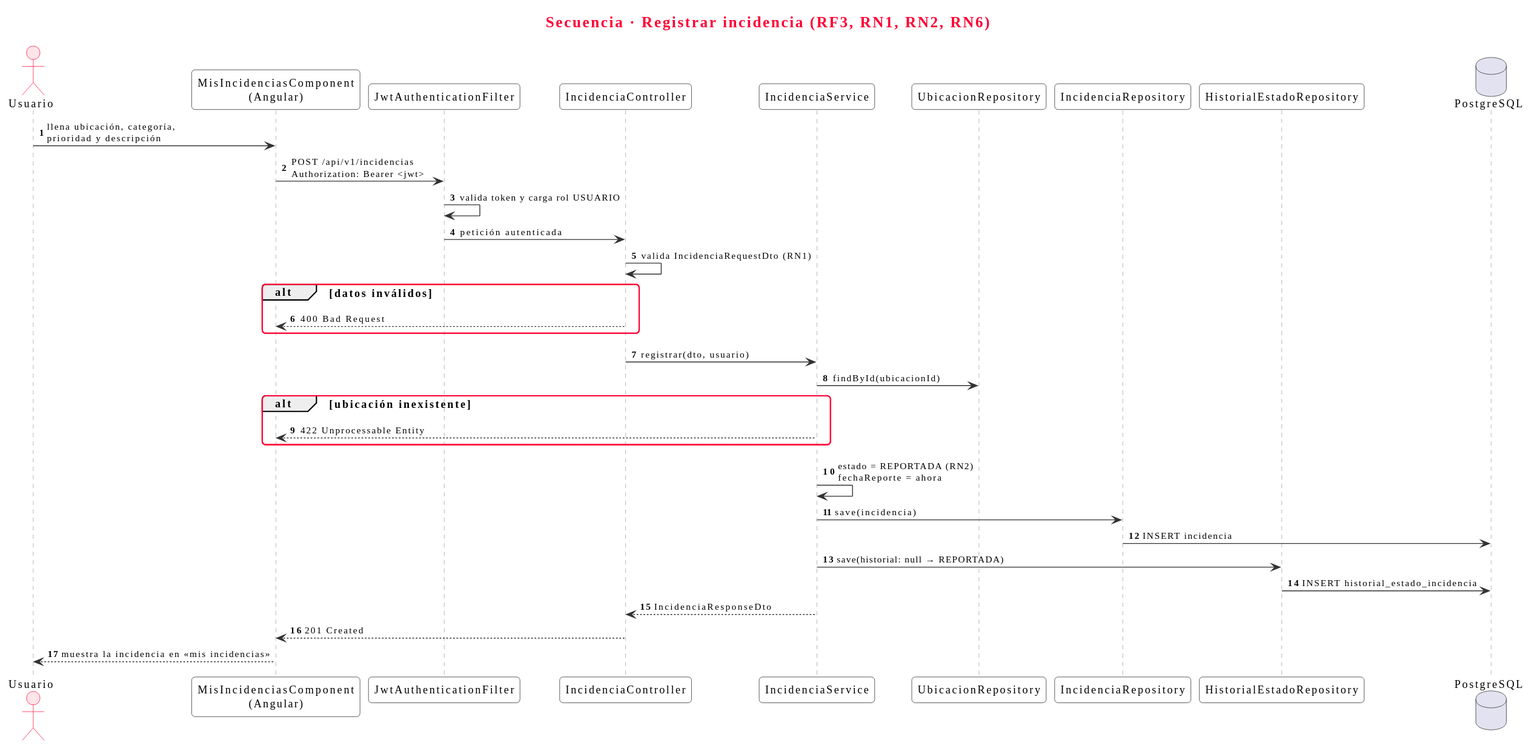
Before: docs/uml/svg/secuencia-registrar.svg, a diagram exported from PlantUML (ImWalterGZ/incidencias-mantenimiento).
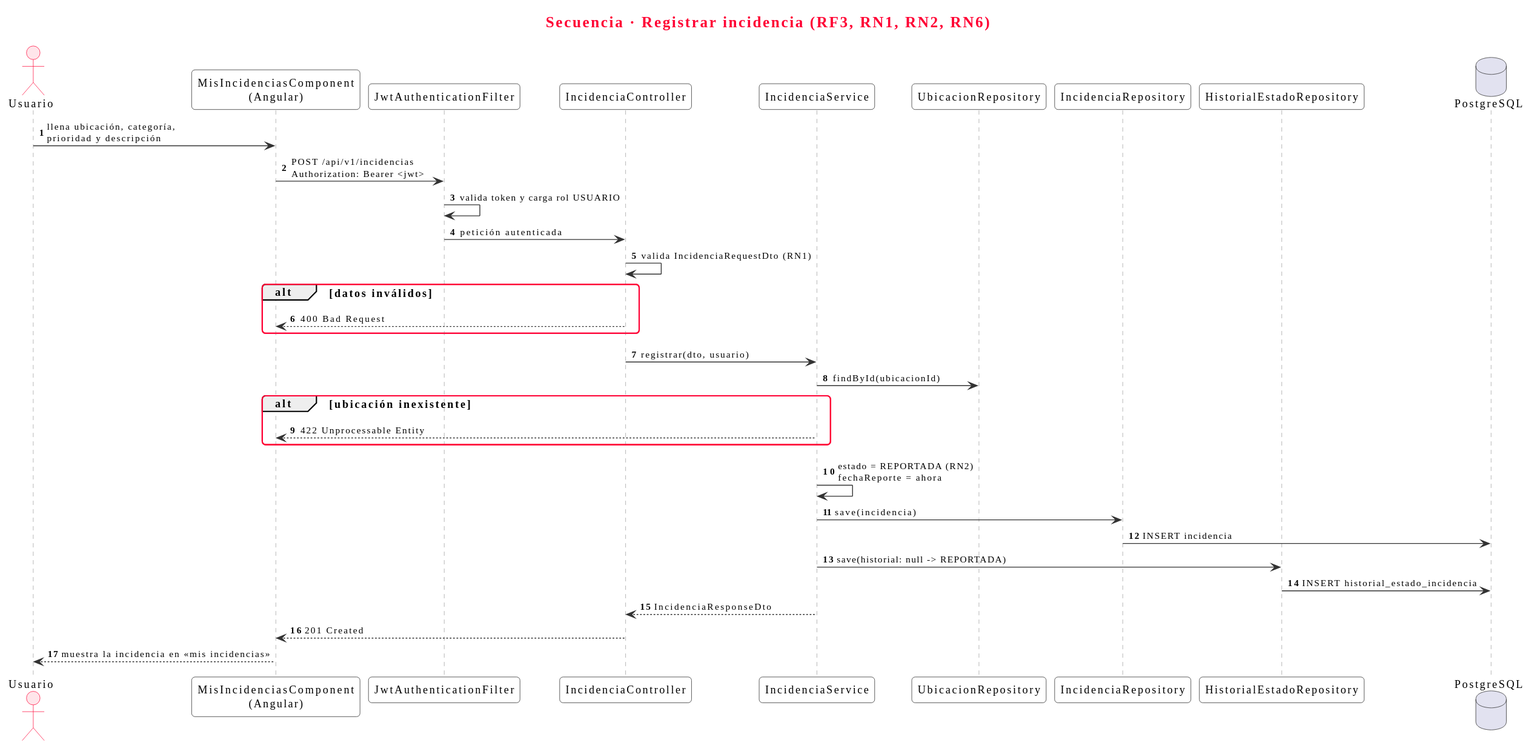
The same file after the commit.

Commit message:
docs: secuencia de estado con bloqueo de fila y DTO; cambios 10 a 13 de la revisión; capturas localizan por id

The edit, as a diff of the source:
```diff
@@ -27,7 +27,7 @@
 S -> S : estado = REPORTADA (RN2)\nfechaReporte = ahora
 S -> RI : save(incidencia)
 RI -> BD : INSERT incidencia
-S -> RH : save(historial: null → REPORTADA)
+S -> RH : save(historial: null -> REPORTADA)
 RH -> BD : INSERT historial_estado_incidencia
 S --> C : IncidenciaResponseDto
 C --> UI : 201 Created
```
